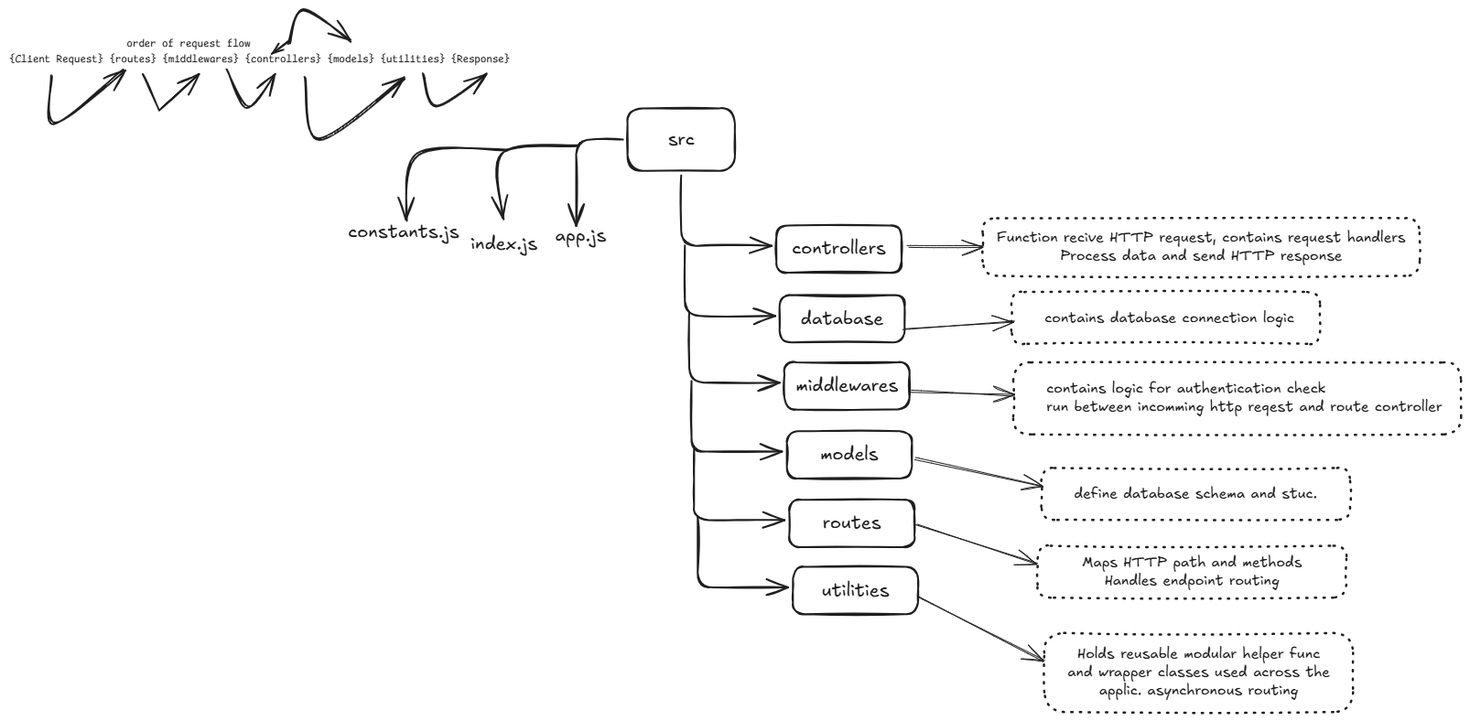
This is mini_project/map.excalidraw.png from Alone-Prodipta/Backend, a Excalidraw export, as it was before one commit. Source tidied: one line per element, renumbered; positions are measured from the earlier drawing's top-left corner, leaving out a move shared by most shapes.
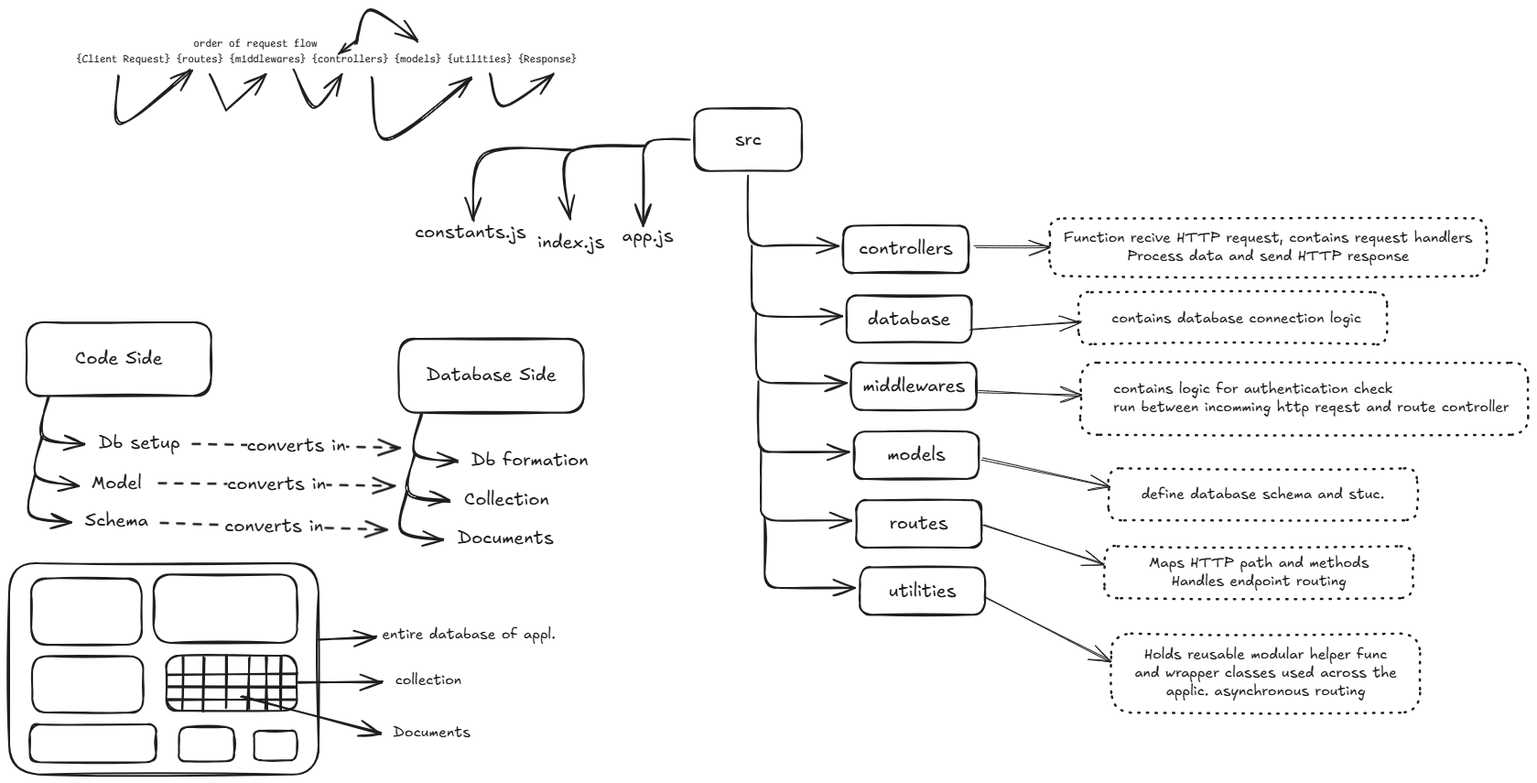
Above is the later version.

Commit message:
written some thories

What changed in the source:
```diff
@@ -21,7 +21,7 @@
 {"id": 20, "type": "arrow", "strokeColor": "#1e1e1e", "strokeWidth": 2, "roughness": 1, "endArrowhead": "arrow", "from": 0, "x": 671, "y": 142, "width": 51, "height": 94, "points": [[0, 0], [-51, 0], [-51, 94]]}
 {"id": 21, "type": "text", "text": "app.js", "strokeColor": "#1e1e1e", "strokeWidth": 2, "roughness": 1, "fontSize": 20, "fontFamily": 5, "x": 597, "y": 235, "width": 56, "height": 25}
 {"id": 22, "type": "arrow", "strokeColor": "#1e1e1e", "strokeWidth": 2, "roughness": 1, "endArrowhead": "arrow", "round": true, "x": 621, "y": 150, "width": 83, "height": 79, "points": [[0, 0], [-83, 8], [-80, 79]]}
-{"id": 23, "type": "text", "text": "index.js", "strokeColor": "#1e1e1e", "strokeWidth": 2, "roughness": 1, "fontSize": 20, "fontFamily": 5, "x": 504, "y": 244, "width": 73, "height": 25}
+{"id": 23, "type": "text", "text": "index.js", "strokeColor": "#1e1e1e", "strokeWidth": 2, "roughness": 1, "fontSize": 20, "fontFamily": 5, "x": 504, "y": 242, "width": 73, "height": 25}
 {"id": 24, "type": "arrow", "strokeColor": "#1e1e1e", "strokeWidth": 2, "roughness": 1, "endArrowhead": "arrow", "round": true, "x": 544, "y": 155, "width": 109, "height": 76, "points": [[0, 0], [-98, 3], [-109, 76]]}
 {"id": 25, "type": "text", "text": "constants.js", "strokeColor": "#1e1e1e", "strokeWidth": 2, "roughness": 1, "fontSize": 20, "fontFamily": 5, "x": 370, "y": 231, "width": 121, "height": 25}
 {"id": 26, "type": "rectangle", "strokeColor": "#1e1e1e", "strokeWidth": 2, "strokeStyle": "dotted", "roughness": 1, "round": true, "x": 1064, "y": 228, "width": 477, "height": 63}
@@ -51,3 +51,48 @@
 {"id": 50, "type": "arrow", "strokeColor": "#1e1e1e", "strokeWidth": 2, "roughness": 1, "endArrowhead": "arrow", "round": true, "from": 44, "to": 44, "x": 305, "y": 37, "width": 67, "height": 37, "points": [[0, 0], [16, -37], [67, -2]]}
 {"id": 51, "type": "arrow", "strokeColor": "#1e1e1e", "strokeWidth": 2, "roughness": 1, "endArrowhead": "arrow", "round": true, "x": 307, "y": 34, "width": 20, "height": 15, "points": [[0, 0], [-20, 15]]}
 {"id": 52, "type": "arrow", "strokeColor": "#1e1e1e", "strokeWidth": 2, "roughness": 1, "endArrowhead": "arrow", "round": true, "from": 44, "to": 44, "x": 452, "y": 72, "width": 69, "height": 36, "points": [[0, 0], [15, 35], [69, -1]]}
+{"id": 53, "type": "rectangle", "strokeColor": "#1e1e1e", "strokeWidth": 2, "roughness": 1, "round": true, "x": -54, "y": 342, "width": 202, "height": 81}
+{"id": 54, "type": "text", "text": "Code Side", "strokeColor": "#1e1e1e", "strokeWidth": 2, "roughness": 1, "fontSize": 20, "fontFamily": 5, "textAlign": "center", "verticalAlign": "middle", "inside": 53, "x": -1, "y": 370, "width": 96, "height": 25}
+{"id": 55, "type": "arrow", "strokeColor": "#1e1e1e", "strokeWidth": 2, "roughness": 1, "endArrowhead": "arrow", "round": true, "from": 53, "x": -30, "y": 423, "width": 45, "height": 53, "points": [[0, 0], [-7, 43], [39, 53]]}
+{"id": 56, "type": "text", "text": "Db setup", "strokeColor": "#1e1e1e", "strokeWidth": 2, "roughness": 1, "fontSize": 20, "fontFamily": 5, "x": 25, "y": 462, "width": 89, "height": 25}
+{"id": 57, "type": "arrow", "strokeColor": "#1e1e1e", "strokeWidth": 2, "roughness": 1, "endArrowhead": "arrow", "round": true, "x": -37, "y": 467, "width": 45, "height": 53, "points": [[0, 0], [-7, 43], [39, 53]]}
+{"id": 58, "type": "text", "text": "Model", "strokeColor": "#1e1e1e", "strokeWidth": 2, "roughness": 1, "fontSize": 20, "fontFamily": 5, "x": 17, "y": 506, "width": 55, "height": 25}
+{"id": 59, "type": "arrow", "strokeColor": "#1e1e1e", "strokeWidth": 2, "roughness": 1, "endArrowhead": "arrow", "round": true, "x": -45, "y": 508, "width": 45, "height": 53, "points": [[0, 0], [-7, 43], [39, 53]]}
+{"id": 60, "type": "text", "text": "Schema", "strokeColor": "#1e1e1e", "strokeWidth": 2, "roughness": 1, "fontSize": 20, "fontFamily": 5, "x": 10, "y": 547, "width": 69, "height": 25}
+{"id": 61, "type": "rectangle", "strokeColor": "#1e1e1e", "strokeWidth": 2, "roughness": 1, "round": true, "x": 353, "y": 360, "width": 202, "height": 81}
+{"id": 62, "type": "text", "text": "Database Side", "strokeColor": "#1e1e1e", "strokeWidth": 2, "roughness": 1, "fontSize": 20, "fontFamily": 5, "textAlign": "center", "verticalAlign": "middle", "inside": 61, "x": 383, "y": 388, "width": 142, "height": 25}
+{"id": 63, "type": "arrow", "strokeColor": "#1e1e1e", "strokeWidth": 2, "roughness": 1, "endArrowhead": "arrow", "round": true, "from": 61, "x": 377, "y": 441, "width": 45, "height": 53, "points": [[0, 0], [-7, 43], [39, 53]]}
+{"id": 64, "type": "text", "text": "Db formation", "strokeColor": "#1e1e1e", "strokeWidth": 2, "roughness": 1, "fontSize": 20, "fontFamily": 5, "x": 432, "y": 480, "width": 128, "height": 25}
+{"id": 65, "type": "arrow", "strokeColor": "#1e1e1e", "strokeWidth": 2, "roughness": 1, "endArrowhead": "arrow", "round": true, "x": 370, "y": 485, "width": 45, "height": 53, "points": [[0, 0], [-7, 43], [39, 53]]}
+{"id": 66, "type": "text", "text": "Collection", "strokeColor": "#1e1e1e", "strokeWidth": 2, "roughness": 1, "fontSize": 20, "fontFamily": 5, "x": 424, "y": 524, "width": 93, "height": 25}
+{"id": 67, "type": "arrow", "strokeColor": "#1e1e1e", "strokeWidth": 2, "roughness": 1, "endArrowhead": "arrow", "round": true, "x": 362, "y": 526, "width": 45, "height": 53, "points": [[0, 0], [-7, 43], [39, 53]]}
+{"id": 68, "type": "text", "text": "Documents", "strokeColor": "#1e1e1e", "strokeWidth": 2, "roughness": 1, "fontSize": 20, "fontFamily": 5, "x": 417, "y": 565, "width": 105, "height": 25}
+{"id": 69, "type": "arrow", "strokeColor": "#1e1e1e", "strokeWidth": 2, "strokeStyle": "dashed", "roughness": 1, "endArrowhead": "arrow", "round": true, "from": 56, "x": 127, "y": 475, "width": 227, "height": 4, "points": [[0, 0], [227, 4]]}
+{"id": 70, "type": "text", "text": "converts in", "strokeColor": "#1e1e1e", "strokeWidth": 2, "strokeStyle": "dashed", "roughness": 1, "fontSize": 20, "fontFamily": 5, "textAlign": "center", "verticalAlign": "middle", "inside": 69, "x": 288, "y": 390, "width": 108, "height": 25}
+{"id": 71, "type": "arrow", "strokeColor": "#1e1e1e", "strokeWidth": 2, "strokeStyle": "dashed", "roughness": 1, "endArrowhead": "arrow", "round": true, "x": 91, "y": 518, "width": 257, "height": 2, "points": [[0, 0], [257, 2]]}
+{"id": 72, "type": "text", "text": "converts in", "strokeColor": "#1e1e1e", "strokeWidth": 2, "strokeStyle": "dashed", "roughness": 1, "fontSize": 20, "fontFamily": 5, "textAlign": "center", "verticalAlign": "middle", "inside": 71, "x": 270, "y": 432, "width": 108, "height": 25}
+{"id": 73, "type": "arrow", "strokeColor": "#1e1e1e", "strokeWidth": 2, "strokeStyle": "dashed", "roughness": 1, "endArrowhead": "arrow", "round": true, "from": 60, "x": 92, "y": 561, "width": 248, "height": 7, "points": [[0, 0], [248, 7]]}
+{"id": 74, "type": "text", "text": "converts in", "strokeColor": "#1e1e1e", "strokeWidth": 2, "strokeStyle": "dashed", "roughness": 1, "fontSize": 20, "fontFamily": 5, "textAlign": "center", "verticalAlign": "middle", "inside": 73, "x": 268, "y": 479, "width": 108, "height": 25}
+{"id": 75, "type": "rectangle", "strokeColor": "#1e1e1e", "strokeWidth": 2, "roughness": 1, "round": true, "x": -73, "y": 605, "width": 338, "height": 231}
+{"id": 76, "type": "rectangle", "strokeColor": "#1e1e1e", "strokeWidth": 2, "roughness": 1, "round": true, "x": -49, "y": 622, "width": 121, "height": 72}
+{"id": 77, "type": "rectangle", "strokeColor": "#1e1e1e", "strokeWidth": 2, "roughness": 1, "round": true, "x": 85, "y": 617, "width": 157, "height": 75}
+{"id": 78, "type": "rectangle", "strokeColor": "#1e1e1e", "strokeWidth": 2, "roughness": 1, "round": true, "x": -48, "y": 706, "width": 121, "height": 62}
+{"id": 79, "type": "rectangle", "strokeColor": "#1e1e1e", "strokeWidth": 2, "roughness": 1, "round": true, "x": 99, "y": 706, "width": 143, "height": 60}
+{"id": 80, "type": "rectangle", "strokeColor": "#1e1e1e", "strokeWidth": 2, "roughness": 1, "round": true, "x": -51, "y": 781, "width": 138, "height": 41}
+{"id": 81, "type": "rectangle", "strokeColor": "#1e1e1e", "strokeWidth": 2, "roughness": 1, "round": true, "x": 113, "y": 784, "width": 60, "height": 38}
+{"id": 82, "type": "rectangle", "strokeColor": "#1e1e1e", "strokeWidth": 2, "roughness": 1, "round": true, "x": 195, "y": 788, "width": 47, "height": 32}
+{"id": 83, "type": "arrow", "strokeColor": "#1e1e1e", "strokeWidth": 2, "roughness": 1, "endArrowhead": "arrow", "round": true, "from": 75, "x": 265, "y": 688, "width": 63, "height": 3, "points": [[0, 0], [63, -3]]}
+{"id": 84, "type": "text", "text": "entire database of appl.", "strokeColor": "#1e1e1e", "strokeWidth": 2, "roughness": 1, "fontSize": 16.09, "fontFamily": 5, "x": 334, "y": 673, "width": 189, "height": 20}
+{"id": 85, "type": "arrow", "strokeColor": "#1e1e1e", "strokeWidth": 2, "roughness": 1, "endArrowhead": "arrow", "round": true, "from": 79, "x": 242, "y": 735, "width": 93, "height": 1, "points": [[0, 0], [93, -1]]}
+{"id": 86, "type": "text", "text": "collection", "strokeColor": "#1e1e1e", "strokeWidth": 2, "roughness": 1, "fontSize": 16.09, "fontFamily": 5, "x": 349, "y": 723, "width": 73, "height": 20}
+{"id": 87, "type": "line", "strokeColor": "#1e1e1e", "strokeWidth": 2, "roughness": 1, "round": true, "x": 116, "y": 707, "width": 1, "height": 58, "points": [[0, 0], [-1, 58]]}
+{"id": 88, "type": "line", "strokeColor": "#1e1e1e", "strokeWidth": 2, "roughness": 1, "round": true, "x": 140, "y": 709, "width": 1, "height": 58, "points": [[0, 0], [-1, 58]]}
+{"id": 89, "type": "line", "strokeColor": "#1e1e1e", "strokeWidth": 2, "roughness": 1, "round": true, "x": 165, "y": 706, "width": 1, "height": 58, "points": [[0, 0], [-1, 58]]}
+{"id": 90, "type": "line", "strokeColor": "#1e1e1e", "strokeWidth": 2, "roughness": 1, "round": true, "x": 189, "y": 708, "width": 1, "height": 58, "points": [[0, 0], [-1, 58]]}
+{"id": 91, "type": "line", "strokeColor": "#1e1e1e", "strokeWidth": 2, "roughness": 1, "round": true, "x": 209, "y": 708, "width": 1, "height": 58, "points": [[0, 0], [-1, 58]]}
+{"id": 92, "type": "line", "strokeColor": "#1e1e1e", "strokeWidth": 2, "roughness": 1, "round": true, "x": 225, "y": 708, "width": 1, "height": 58, "points": [[0, 0], [-1, 58]]}
+{"id": 93, "type": "line", "strokeColor": "#1e1e1e", "strokeWidth": 2, "roughness": 1, "round": true, "x": 100, "y": 727, "width": 141, "height": 1, "points": [[0, 0], [141, -1]]}
+{"id": 94, "type": "line", "strokeColor": "#1e1e1e", "strokeWidth": 2, "roughness": 1, "round": true, "x": 100, "y": 741, "width": 141, "height": 1, "points": [[0, 0], [141, -1]]}
+{"id": 95, "type": "line", "strokeColor": "#1e1e1e", "strokeWidth": 2, "roughness": 1, "round": true, "x": 100, "y": 755, "width": 141, "height": 1, "points": [[0, 0], [141, -1]]}
+{"id": 96, "type": "arrow", "strokeColor": "#1e1e1e", "strokeWidth": 2, "roughness": 1, "endArrowhead": "arrow", "round": true, "x": 181, "y": 750, "width": 151, "height": 40, "points": [[0, 0], [151, 40]]}
+{"id": 97, "type": "text", "text": "Documents", "strokeColor": "#1e1e1e", "strokeWidth": 2, "roughness": 1, "fontSize": 16.09, "fontFamily": 5, "x": 346, "y": 780, "width": 85, "height": 20}
```
